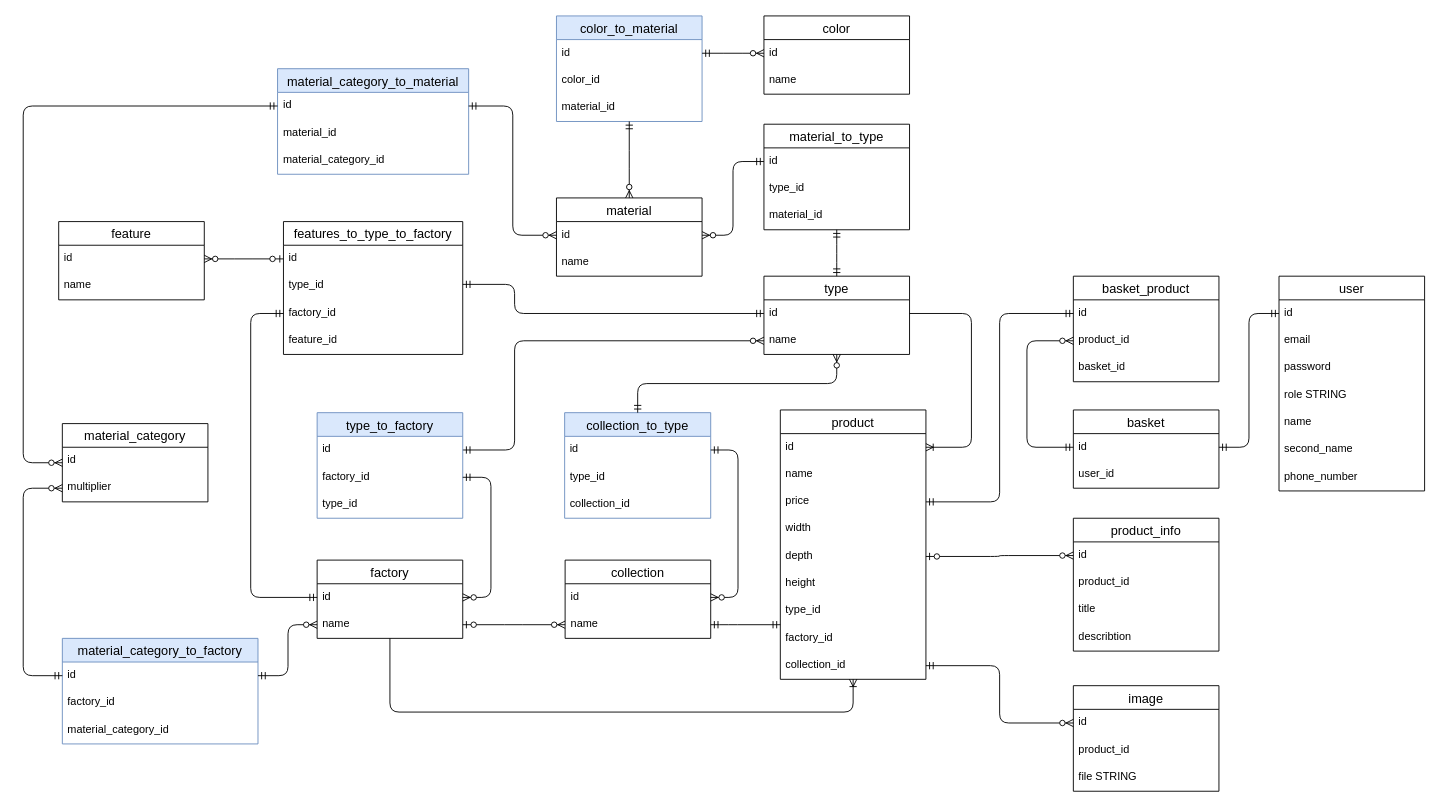
Before: DB-riazanov-shop.drawio in Ingwaruz/riazanov-mebel-shop, a draw.io diagram. Source tidied: cells renumbered, new cells numbered last; positions are measured from the earlier drawing's top-left corner, leaving out a move shared by most shapes. Both pictures are drawn from the tidied source at 91%, with x=0, y=0 at pixel (23, 15).
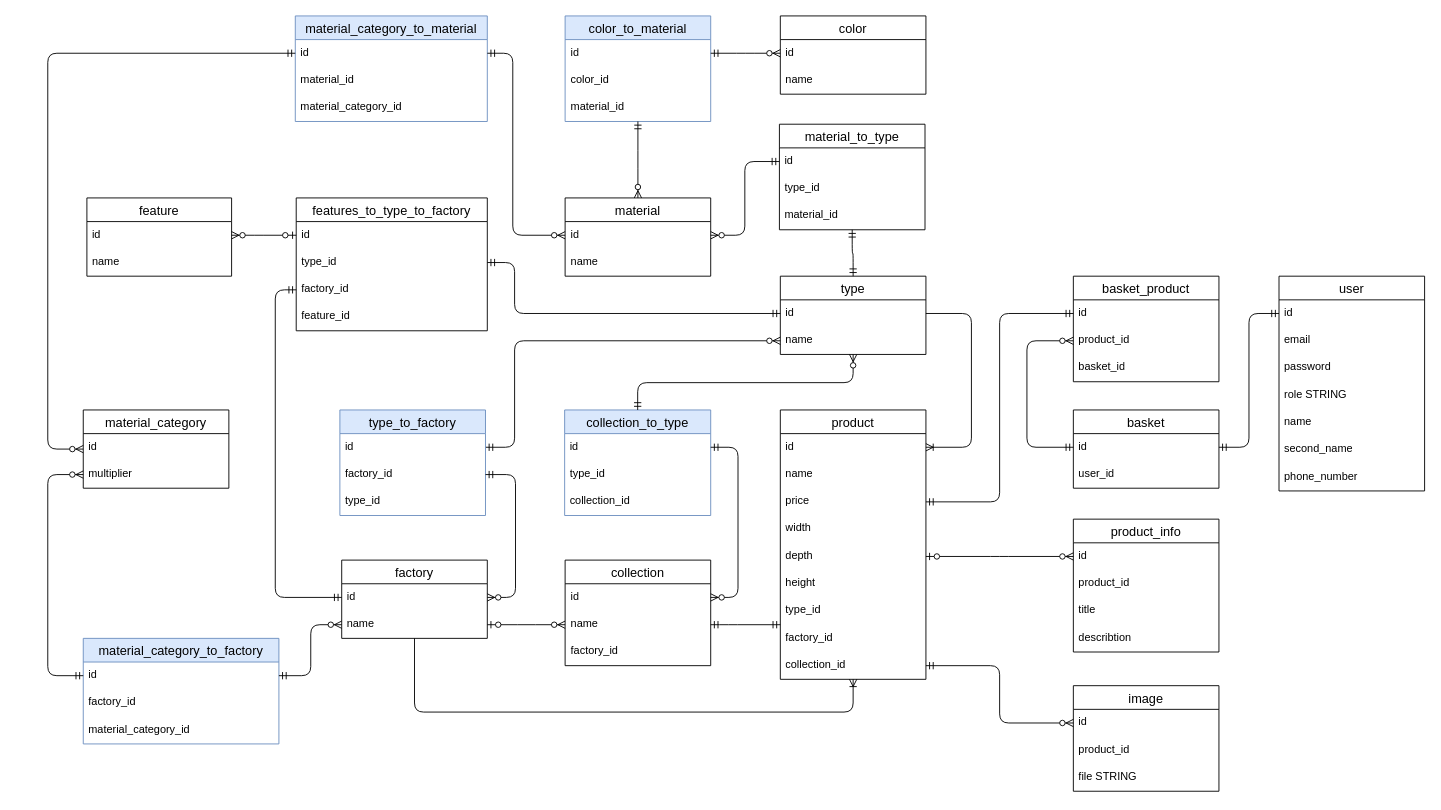
After the change.

The change refers to these unchanged cells:
```xml
<mxCell id="24" value="id" style="text;strokeColor=none;fillColor=none;spacingLeft=4;spacingRight=4;overflow=hidden;points=[[0,0.5],[1,0.5]];portConstraint=eastwest;fontSize=12;whiteSpace=wrap;html=1;" parent="23" vertex="1">
  <mxGeometry y="26" width="160" height="30" as="geometry" />
</mxCell>
<mxCell id="61" value="multiplier" style="text;strokeColor=none;fillColor=none;spacingLeft=4;spacingRight=4;overflow=hidden;points=[[0,0.5],[1,0.5]];portConstraint=eastwest;fontSize=12;whiteSpace=wrap;html=1;" parent="59" vertex="1">
  <mxGeometry y="56" width="160" height="30" as="geometry" />
</mxCell>
<mxCell id="89" value="id" style="text;strokeColor=none;fillColor=none;spacingLeft=4;spacingRight=4;overflow=hidden;points=[[0,0.5],[1,0.5]];portConstraint=eastwest;fontSize=12;whiteSpace=wrap;html=1;" parent="88" vertex="1">
  <mxGeometry y="26" width="215" height="30" as="geometry" />
</mxCell>
<mxCell id="105" value="factory_id" style="text;strokeColor=none;fillColor=none;spacingLeft=4;spacingRight=4;overflow=hidden;points=[[0,0.5],[1,0.5]];portConstraint=eastwest;fontSize=12;whiteSpace=wrap;html=1;" parent="103" vertex="1">
  <mxGeometry y="56" width="160" height="30" as="geometry" />
</mxCell>
```

Change to the diagram source:
```diff
@@
     <mxCell id="23" value="factory" style="swimlane;fontStyle=0;horizontal=1;startSize=26;align=center;fontSize=14;" parent="1" vertex="1">
-      <mxGeometry x="323" y="598" width="160" height="86" as="geometry" />
+      <mxGeometry x="350" y="598" width="160" height="86" as="geometry" />
     </mxCell>
@@
     <mxCell id="26" value="type" style="swimlane;fontStyle=0;horizontal=1;startSize=26;align=center;fontSize=14;" parent="1" vertex="1">
-      <mxGeometry x="814" y="286" width="160" height="86" as="geometry" />
+      <mxGeometry x="832" y="286" width="160" height="86" as="geometry" />
     </mxCell>
@@
     <mxCell id="30" value="product_info" style="swimlane;fontStyle=0;horizontal=1;startSize=26;align=center;fontSize=14;" parent="1" vertex="1">
-      <mxGeometry x="1154" y="552" width="160" height="146" as="geometry" />
+      <mxGeometry x="1154" y="553" width="160" height="146" as="geometry" />
     </mxCell>
@@
     <mxCell id="41" value="collection" style="swimlane;fontStyle=0;horizontal=1;startSize=26;align=center;fontSize=14;" parent="1" vertex="1">
-      <mxGeometry x="595.5" y="598" width="160" height="86" as="geometry" />
+      <mxGeometry x="595.5" y="598" width="160" height="116" as="geometry" />
     </mxCell>
@@
+    <mxCell id="110" value="factory_id" style="text;strokeColor=none;fillColor=none;spacingLeft=4;spacingRight=4;overflow=hidden;fontSize=12;whiteSpace=wrap;html=1;" parent="41" vertex="1">
+      <mxGeometry y="86" width="160" height="30" as="geometry" />
+    </mxCell>
     <mxCell id="44" value="color" style="swimlane;fontStyle=0;horizontal=1;startSize=26;align=center;fontSize=14;" parent="1" vertex="1">
-      <mxGeometry x="814" width="160" height="86" as="geometry" />
+      <mxGeometry x="832" width="160" height="86" as="geometry" />
     </mxCell>
@@
     <mxCell id="47" value="material" style="swimlane;fontStyle=0;horizontal=1;startSize=26;align=center;fontSize=14;" parent="1" vertex="1">
-      <mxGeometry x="586" y="200" width="160" height="86" as="geometry" />
+      <mxGeometry x="595.5" y="200" width="160" height="86" as="geometry" />
     </mxCell>
@@
     <mxCell id="50" value="material_to_type" style="swimlane;fontStyle=0;horizontal=1;startSize=26;align=center;fontSize=14;" parent="1" vertex="1">
-      <mxGeometry x="814" y="119" width="160" height="116" as="geometry" />
+      <mxGeometry x="831" y="119" width="160" height="116" as="geometry" />
     </mxCell>
@@
     <mxCell id="59" value="material_category" style="swimlane;fontStyle=0;horizontal=1;startSize=26;align=center;fontSize=14;" parent="1" vertex="1">
-      <mxGeometry x="43" y="448" width="160" height="86" as="geometry" />
+      <mxGeometry x="66" y="433" width="160" height="86" as="geometry" />
     </mxCell>
@@
     <mxCell id="62" value="feature" style="swimlane;fontStyle=0;horizontal=1;startSize=26;align=center;fontSize=14;" parent="1" vertex="1">
-      <mxGeometry x="39" y="226" width="160" height="86" as="geometry" />
+      <mxGeometry x="70" y="200" width="159" height="86" as="geometry" />
     </mxCell>
     <mxCell id="63" value="id" style="text;strokeColor=none;fillColor=none;spacingLeft=4;spacingRight=4;overflow=hidden;points=[[0,0.5],[1,0.5]];portConstraint=eastwest;fontSize=12;whiteSpace=wrap;html=1;" parent="62" vertex="1">
-      <mxGeometry y="26" width="160" height="30" as="geometry" />
+      <mxGeometry y="26" width="159" height="30" as="geometry" />
     </mxCell>
     <mxCell id="64" value="name" style="text;strokeColor=none;fillColor=none;spacingLeft=4;spacingRight=4;overflow=hidden;fontSize=12;whiteSpace=wrap;html=1;" parent="62" vertex="1">
-      <mxGeometry y="56" width="160" height="30" as="geometry" />
+      <mxGeometry y="56" width="159" height="30" as="geometry" />
     </mxCell>
@@
     <mxCell id="67" style="edgeStyle=elbowEdgeStyle;fontSize=12;html=1;endArrow=ERmandOne;startArrow=ERmandOne;rounded=1;" parent="1" edge="1" source="71" target="24">
       <mxGeometry relative="1" as="geometry">
         <Array as="points">
-          <mxPoint x="250" y="485" />
+          <mxPoint x="277" y="485" />
         </Array>
       </mxGeometry>
     </mxCell>
     <mxCell id="68" value="features_to_type_to_factory" style="swimlane;fontStyle=0;horizontal=1;startSize=26;align=center;fontSize=14;" parent="1" vertex="1">
-      <mxGeometry x="286" y="226" width="197" height="146" as="geometry" />
+      <mxGeometry x="300" y="200" width="210" height="146" as="geometry" />
     </mxCell>
     <mxCell id="69" value="id" style="text;strokeColor=none;fillColor=none;spacingLeft=4;spacingRight=4;overflow=hidden;points=[[0,0.5],[1,0.5]];portConstraint=eastwest;fontSize=12;whiteSpace=wrap;html=1;" parent="68" vertex="1">
-      <mxGeometry y="26" width="197" height="30" as="geometry" />
+      <mxGeometry y="26" width="210" height="30" as="geometry" />
     </mxCell>
     <mxCell id="70" value="type_id" style="text;strokeColor=none;fillColor=none;spacingLeft=4;spacingRight=4;overflow=hidden;points=[[0,0.5],[1,0.5]];portConstraint=eastwest;fontSize=12;whiteSpace=wrap;html=1;" parent="68" vertex="1">
-      <mxGeometry y="56" width="197" height="30" as="geometry" />
+      <mxGeometry y="56" width="210" height="30" as="geometry" />
     </mxCell>
     <mxCell id="71" value="factory_id" style="text;strokeColor=none;fillColor=none;spacingLeft=4;spacingRight=4;overflow=hidden;points=[[0,0.5],[1,0.5]];portConstraint=eastwest;fontSize=12;whiteSpace=wrap;html=1;" parent="68" vertex="1">
-      <mxGeometry y="86" width="197" height="30" as="geometry" />
+      <mxGeometry y="86" width="210" height="30" as="geometry" />
     </mxCell>
     <mxCell id="72" value="feature_id" style="text;strokeColor=none;fillColor=none;spacingLeft=4;spacingRight=4;overflow=hidden;fontSize=12;whiteSpace=wrap;html=1;" parent="68" vertex="1">
-      <mxGeometry y="116" width="197" height="30" as="geometry" />
+      <mxGeometry y="116" width="210" height="30" as="geometry" />
     </mxCell>
@@
     <mxCell id="80" value="color_to_material" style="swimlane;fontStyle=0;horizontal=1;startSize=26;align=center;fontSize=14;fillColor=#dae8fc;strokeColor=#6c8ebf;" parent="1" vertex="1">
-      <mxGeometry x="586" width="160" height="116" as="geometry" />
+      <mxGeometry x="595.5" width="160" height="116" as="geometry" />
     </mxCell>
@@
     <mxCell id="84" value="material_category_to_material" style="swimlane;fontStyle=0;horizontal=1;startSize=26;align=center;fontSize=14;fillColor=#dae8fc;strokeColor=#6c8ebf;" parent="1" vertex="1">
-      <mxGeometry x="279.5" y="58" width="210" height="116" as="geometry" />
+      <mxGeometry x="299" width="211" height="116" as="geometry" />
     </mxCell>
     <mxCell id="85" value="id" style="text;strokeColor=none;fillColor=none;spacingLeft=4;spacingRight=4;overflow=hidden;points=[[0,0.5],[1,0.5]];portConstraint=eastwest;fontSize=12;whiteSpace=wrap;html=1;" parent="84" vertex="1">
-      <mxGeometry y="26" width="210" height="30" as="geometry" />
+      <mxGeometry y="26" width="211" height="30" as="geometry" />
     </mxCell>
     <mxCell id="86" value="material_id" style="text;strokeColor=none;fillColor=none;spacingLeft=4;spacingRight=4;overflow=hidden;fontSize=12;whiteSpace=wrap;html=1;" parent="84" vertex="1">
-      <mxGeometry y="56" width="210" height="30" as="geometry" />
+      <mxGeometry y="56" width="211" height="30" as="geometry" />
     </mxCell>
     <mxCell id="87" value="material_category_id" style="text;strokeColor=none;fillColor=none;spacingLeft=4;spacingRight=4;overflow=hidden;fontSize=12;whiteSpace=wrap;html=1;" parent="84" vertex="1">
-      <mxGeometry y="86" width="210" height="30" as="geometry" />
+      <mxGeometry y="86" width="211" height="30" as="geometry" />
     </mxCell>
     <mxCell id="88" value="material_category_to_factory" style="swimlane;fontStyle=0;horizontal=1;startSize=26;align=center;fontSize=14;fillColor=#dae8fc;strokeColor=#6c8ebf;" parent="1" vertex="1">
-      <mxGeometry x="43" y="684" width="215" height="116" as="geometry" />
+      <mxGeometry x="66" y="684" width="215" height="116" as="geometry" />
     </mxCell>
@@
     <mxCell id="92" value="collection_to_type" style="swimlane;fontStyle=0;horizontal=1;startSize=26;align=center;fontSize=14;fillColor=#dae8fc;strokeColor=#6c8ebf;" parent="1" vertex="1">
-      <mxGeometry x="595" y="436" width="160.5" height="116" as="geometry" />
+      <mxGeometry x="595" y="433" width="160.5" height="116" as="geometry" />
     </mxCell>
@@
     <mxCell id="97" style="edgeStyle=elbowEdgeStyle;fontSize=12;html=1;endArrow=ERzeroToMany;startArrow=ERmandOne;rounded=1;elbow=vertical;" parent="1" edge="1" source="85" target="59">
       <mxGeometry relative="1" as="geometry">
         <Array as="points">
-          <mxPoint y="301" />
+          <mxPoint x="27" y="301" />
         </Array>
       </mxGeometry>
     </mxCell>
@@
     <mxCell id="101" style="edgeStyle=elbowEdgeStyle;fontSize=12;html=1;endArrow=ERzeroToMany;startArrow=ERmandOne;rounded=1;elbow=vertical;entryX=0;entryY=0.5;entryDx=0;entryDy=0;" parent="1" edge="1" source="89" target="61">
       <mxGeometry relative="1" as="geometry">
         <Array as="points">
-          <mxPoint y="676" />
+          <mxPoint x="27" y="676" />
         </Array>
       </mxGeometry>
     </mxCell>
@@
     <mxCell id="103" value="type_to_factory" style="swimlane;fontStyle=0;horizontal=1;startSize=26;align=center;fontSize=14;fillColor=#dae8fc;strokeColor=#6c8ebf;" parent="1" vertex="1">
-      <mxGeometry x="323" y="436" width="160" height="116" as="geometry" />
+      <mxGeometry x="348" y="433" width="160" height="116" as="geometry" />
     </mxCell>
@@
     <mxCell id="107" style="edgeStyle=elbowEdgeStyle;fontSize=12;html=1;endArrow=ERzeroToMany;startArrow=ERmandOne;rounded=1;" parent="1" edge="1" source="105" target="24">
       <mxGeometry relative="1" as="geometry">
         <Array as="points">
-          <mxPoint x="514" y="554" />
+          <mxPoint x="541" y="554" />
         </Array>
       </mxGeometry>
     </mxCell>
```
